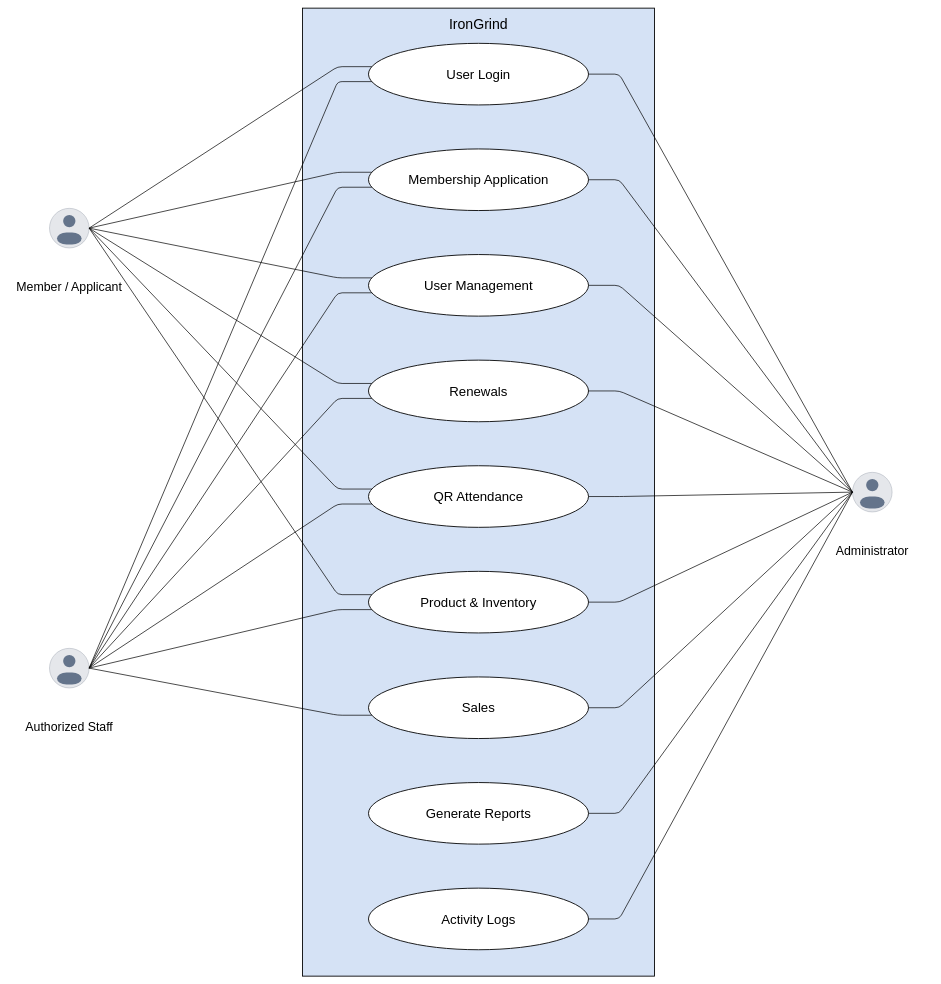
The draw.io diagram Documentations/Chapter 3 Diagrams/04-use-cases.drawio in IronGrind/irongrind.github.io, before the edit. Source tidied: cells renumbered, new cells numbered last; positions are measured from the earlier drawing's top-left corner, leaving out a move shared by most shapes. Both pictures are drawn from the tidied source at 44%, with x=0, y=0 at pixel (7, 8).
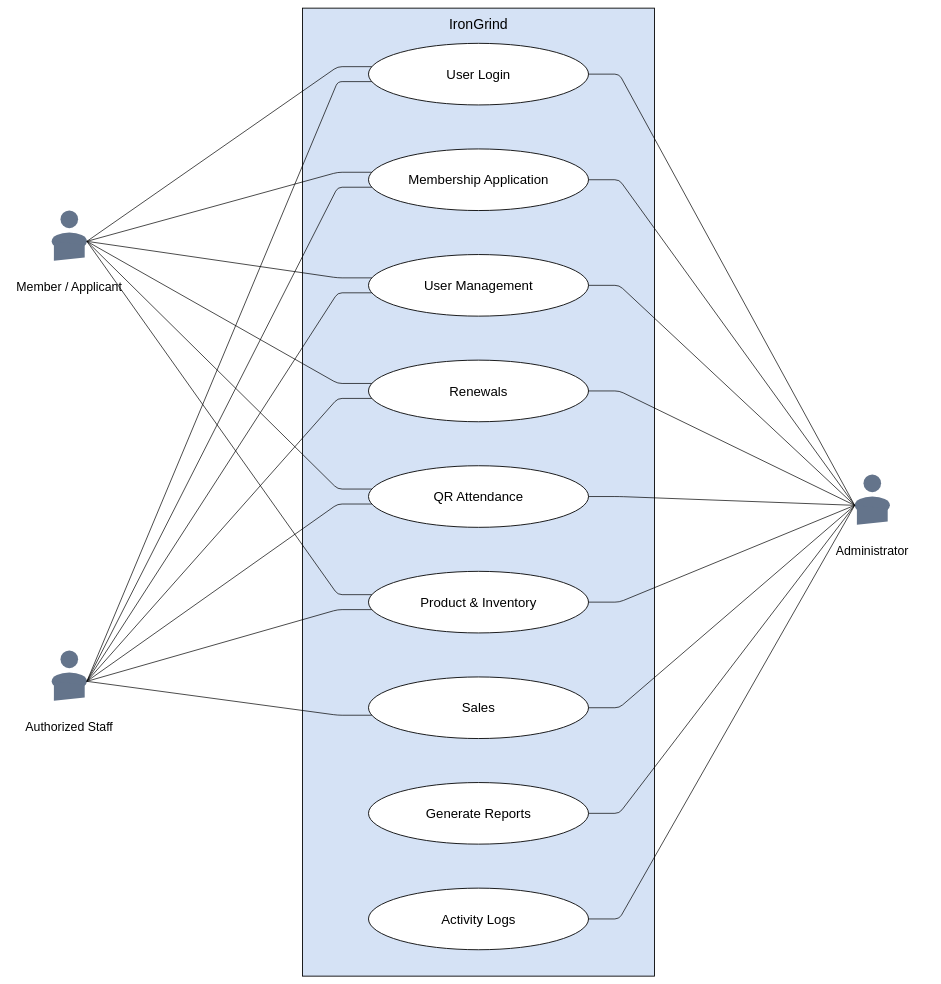
Above is the later version.

Unchanged cells that the change refers to:
```xml
<mxCell id="4" value="User Login" style="ellipse;whiteSpace=wrap;html=0;fillColor=#ffffff;strokeColor=#000000;strokeWidth=2;fontFamily=Arial;fontSize=30;" parent="1" vertex="1">
  <mxGeometry x="820" y="80" width="500" height="140" as="geometry" />
</mxCell>
<mxCell id="5" value="Membership Application" style="ellipse;whiteSpace=wrap;html=0;fillColor=#ffffff;strokeColor=#000000;strokeWidth=2;fontFamily=Arial;fontSize=30;" parent="1" vertex="1">
  <mxGeometry x="820" y="320" width="500" height="140" as="geometry" />
</mxCell>
<mxCell id="6" value="User Management" style="ellipse;whiteSpace=wrap;html=0;fillColor=#ffffff;strokeColor=#000000;strokeWidth=2;fontFamily=Arial;fontSize=30;" parent="1" vertex="1">
  <mxGeometry x="820" y="560" width="500" height="140" as="geometry" />
</mxCell>
<mxCell id="7" value="Renewals" style="ellipse;whiteSpace=wrap;html=0;fillColor=#ffffff;strokeColor=#000000;strokeWidth=2;fontFamily=Arial;fontSize=30;" parent="1" vertex="1">
  <mxGeometry x="820" y="800" width="500" height="140" as="geometry" />
</mxCell>
<mxCell id="8" value="QR Attendance" style="ellipse;whiteSpace=wrap;html=0;fillColor=#ffffff;strokeColor=#000000;strokeWidth=2;fontFamily=Arial;fontSize=30;" parent="1" vertex="1">
  <mxGeometry x="820" y="1040" width="500" height="140" as="geometry" />
</mxCell>
<mxCell id="9" value="Product &amp; Inventory" style="ellipse;whiteSpace=wrap;html=0;fillColor=#ffffff;strokeColor=#000000;strokeWidth=2;fontFamily=Arial;fontSize=30;" parent="1" vertex="1">
  <mxGeometry x="820" y="1280" width="500" height="140" as="geometry" />
</mxCell>
<mxCell id="10" value="Sales" style="ellipse;whiteSpace=wrap;html=0;fillColor=#ffffff;strokeColor=#000000;strokeWidth=2;fontFamily=Arial;fontSize=30;" parent="1" vertex="1">
  <mxGeometry x="820" y="1520" width="500" height="140" as="geometry" />
</mxCell>
<mxCell id="11" value="Generate Reports" style="ellipse;whiteSpace=wrap;html=0;fillColor=#ffffff;strokeColor=#000000;strokeWidth=2;fontFamily=Arial;fontSize=30;" parent="1" vertex="1">
  <mxGeometry x="820" y="1760" width="500" height="140" as="geometry" />
</mxCell>
<mxCell id="12" value="Activity Logs" style="ellipse;whiteSpace=wrap;html=0;fillColor=#ffffff;strokeColor=#000000;strokeWidth=2;fontFamily=Arial;fontSize=30;" parent="1" vertex="1">
  <mxGeometry x="820" y="2000" width="500" height="140" as="geometry" />
</mxCell>
<mxCell id="13" style="group;" parent="1" vertex="1">
  <mxGeometry x="95" y="430" width="90" height="160" as="geometry" />
</mxCell>
<mxCell id="24" style="group;" parent="1" vertex="1">
  <mxGeometry x="95" y="1430" width="90" height="160" as="geometry" />
</mxCell>
<mxCell id="36" style="group;" parent="1" vertex="1">
  <mxGeometry x="1920" y="1030" width="90" height="160" as="geometry" />
</mxCell>
```

The edit, as a diff of the source:
```diff
@@
-    <mxCell id="14" style="ellipse;fillColor=#e5e7eb;strokeColor=#9ca3af;strokeWidth=1;" parent="13" vertex="1">
-      <mxGeometry y="25" width="90" height="90" as="geometry" />
+    <mxCell id="14" style="ellipse;fillColor=#64748b;strokeColor=none;" parent="13" vertex="1">
+      <mxGeometry x="25" y="30" width="40" height="40" as="geometry" />
     </mxCell>
     <mxCell id="15" style="ellipse;fillColor=#64748b;strokeColor=none;" parent="13" vertex="1">
-      <mxGeometry x="31" y="40" width="28" height="28" as="geometry" />
+      <mxGeometry x="5" y="80" width="80" height="40" as="geometry" />
     </mxCell>
-    <mxCell id="16" style="rounded=1;arcSize=80;fillColor=#64748b;strokeColor=none;" parent="13" vertex="1">
-      <mxGeometry x="17" y="80" width="56" height="27" as="geometry" />
+    <mxCell id="16" style="shape=trapezoid;direction=south;size=0.17;fillColor=#64748b;strokeColor=none;" parent="13" vertex="1">
+      <mxGeometry x="10" y="100" width="70" height="44" as="geometry" />
     </mxCell>
@@
-    <mxCell id="18" style="edgeStyle=none;startArrow=none;endArrow=none;strokeColor=#000000;strokeWidth=1.6;exitX=1;exitY=0.4375;entryX=0.014968967961001226;entryY=0.37857142857142856;exitPerimeter=0;entryPerimeter=0;" parent="1" edge="1" source="13" target="4">
+    <mxCell id="18" style="edgeStyle=none;startArrow=none;endArrow=none;strokeColor=#000000;strokeWidth=1.6;exitX=0.9444444444444444;exitY=0.625;entryX=0.014968967961001226;entryY=0.37857142857142856;exitPerimeter=0;entryPerimeter=0;" parent="1" edge="1" source="13" target="4">
       <mxGeometry relative="1" as="geometry">
         <Array as="points">
           <mxPoint x="750" y="133" />
         </Array>
       </mxGeometry>
     </mxCell>
-    <mxCell id="19" style="edgeStyle=none;startArrow=none;endArrow=none;strokeColor=#000000;strokeWidth=1.6;exitX=1;exitY=0.4375;entryX=0.014968967961001226;entryY=0.37857142857142856;exitPerimeter=0;entryPerimeter=0;" parent="1" edge="1" source="13" target="5">
+    <mxCell id="19" style="edgeStyle=none;startArrow=none;endArrow=none;strokeColor=#000000;strokeWidth=1.6;exitX=0.9444444444444444;exitY=0.625;entryX=0.014968967961001226;entryY=0.37857142857142856;exitPerimeter=0;entryPerimeter=0;" parent="1" edge="1" source="13" target="5">
       <mxGeometry relative="1" as="geometry">
         <Array as="points">
           <mxPoint x="750" y="373" />
         </Array>
       </mxGeometry>
     </mxCell>
-    <mxCell id="20" style="edgeStyle=none;startArrow=none;endArrow=none;strokeColor=#000000;strokeWidth=1.6;exitX=1;exitY=0.4375;entryX=0.014968967961001226;entryY=0.37857142857142856;exitPerimeter=0;entryPerimeter=0;" parent="1" edge="1" source="13" target="6">
+    <mxCell id="20" style="edgeStyle=none;startArrow=none;endArrow=none;strokeColor=#000000;strokeWidth=1.6;exitX=0.9444444444444444;exitY=0.625;entryX=0.014968967961001226;entryY=0.37857142857142856;exitPerimeter=0;entryPerimeter=0;" parent="1" edge="1" source="13" target="6">
       <mxGeometry relative="1" as="geometry">
         <Array as="points">
           <mxPoint x="750" y="613" />
         </Array>
       </mxGeometry>
     </mxCell>
-    <mxCell id="21" style="edgeStyle=none;startArrow=none;endArrow=none;strokeColor=#000000;strokeWidth=1.6;exitX=1;exitY=0.4375;entryX=0.014968967961001226;entryY=0.37857142857142856;exitPerimeter=0;entryPerimeter=0;" parent="1" edge="1" source="13" target="7">
+    <mxCell id="21" style="edgeStyle=none;startArrow=none;endArrow=none;strokeColor=#000000;strokeWidth=1.6;exitX=0.9444444444444444;exitY=0.625;entryX=0.014968967961001226;entryY=0.37857142857142856;exitPerimeter=0;entryPerimeter=0;" parent="1" edge="1" source="13" target="7">
       <mxGeometry relative="1" as="geometry">
         <Array as="points">
           <mxPoint x="750" y="853" />
         </Array>
       </mxGeometry>
     </mxCell>
-    <mxCell id="22" style="edgeStyle=none;startArrow=none;endArrow=none;strokeColor=#000000;strokeWidth=1.6;exitX=1;exitY=0.4375;entryX=0.014968967961001226;entryY=0.37857142857142856;exitPerimeter=0;entryPerimeter=0;" parent="1" edge="1" source="13" target="8">
+    <mxCell id="22" style="edgeStyle=none;startArrow=none;endArrow=none;strokeColor=#000000;strokeWidth=1.6;exitX=0.9444444444444444;exitY=0.625;entryX=0.014968967961001226;entryY=0.37857142857142856;exitPerimeter=0;entryPerimeter=0;" parent="1" edge="1" source="13" target="8">
       <mxGeometry relative="1" as="geometry">
         <Array as="points">
           <mxPoint x="750" y="1093" />
         </Array>
       </mxGeometry>
     </mxCell>
-    <mxCell id="23" style="edgeStyle=none;startArrow=none;endArrow=none;strokeColor=#000000;strokeWidth=1.6;exitX=1;exitY=0.4375;entryX=0.014968967961001226;entryY=0.37857142857142856;exitPerimeter=0;entryPerimeter=0;" parent="1" edge="1" source="13" target="9">
+    <mxCell id="23" style="edgeStyle=none;startArrow=none;endArrow=none;strokeColor=#000000;strokeWidth=1.6;exitX=0.9444444444444444;exitY=0.625;entryX=0.014968967961001226;entryY=0.37857142857142856;exitPerimeter=0;entryPerimeter=0;" parent="1" edge="1" source="13" target="9">
       <mxGeometry relative="1" as="geometry">
         <Array as="points">
           <mxPoint x="750" y="1333" />
         </Array>
       </mxGeometry>
     </mxCell>
@@
-    <mxCell id="25" style="ellipse;fillColor=#e5e7eb;strokeColor=#9ca3af;strokeWidth=1;" parent="24" vertex="1">
-      <mxGeometry y="25" width="90" height="90" as="geometry" />
+    <mxCell id="25" style="ellipse;fillColor=#64748b;strokeColor=none;" parent="24" vertex="1">
+      <mxGeometry x="25" y="30" width="40" height="40" as="geometry" />
     </mxCell>
     <mxCell id="26" style="ellipse;fillColor=#64748b;strokeColor=none;" parent="24" vertex="1">
-      <mxGeometry x="31" y="40" width="28" height="28" as="geometry" />
+      <mxGeometry x="5" y="80" width="80" height="40" as="geometry" />
     </mxCell>
-    <mxCell id="27" style="rounded=1;arcSize=80;fillColor=#64748b;strokeColor=none;" parent="24" vertex="1">
-      <mxGeometry x="17" y="80" width="56" height="27" as="geometry" />
+    <mxCell id="27" style="shape=trapezoid;direction=south;size=0.17;fillColor=#64748b;strokeColor=none;" parent="24" vertex="1">
+      <mxGeometry x="10" y="100" width="70" height="44" as="geometry" />
     </mxCell>
@@
-    <mxCell id="29" style="edgeStyle=none;startArrow=none;endArrow=none;strokeColor=#000000;strokeWidth=1.6;exitX=1;exitY=0.4375;entryX=0.014968967961001226;entryY=0.6214285714285714;exitPerimeter=0;entryPerimeter=0;" parent="1" edge="1" source="24" target="4">
+    <mxCell id="29" style="edgeStyle=none;startArrow=none;endArrow=none;strokeColor=#000000;strokeWidth=1.6;exitX=0.9444444444444444;exitY=0.625;entryX=0.014968967961001226;entryY=0.6214285714285714;exitPerimeter=0;entryPerimeter=0;" parent="1" edge="1" source="24" target="4">
       <mxGeometry relative="1" as="geometry">
         <Array as="points">
           <mxPoint x="750" y="167" />
         </Array>
       </mxGeometry>
     </mxCell>
-    <mxCell id="30" style="edgeStyle=none;startArrow=none;endArrow=none;strokeColor=#000000;strokeWidth=1.6;exitX=1;exitY=0.4375;entryX=0.014968967961001226;entryY=0.6214285714285714;exitPerimeter=0;entryPerimeter=0;" parent="1" edge="1" source="24" target="5">
+    <mxCell id="30" style="edgeStyle=none;startArrow=none;endArrow=none;strokeColor=#000000;strokeWidth=1.6;exitX=0.9444444444444444;exitY=0.625;entryX=0.014968967961001226;entryY=0.6214285714285714;exitPerimeter=0;entryPerimeter=0;" parent="1" edge="1" source="24" target="5">
       <mxGeometry relative="1" as="geometry">
         <Array as="points">
           <mxPoint x="750" y="407" />
         </Array>
       </mxGeometry>
     </mxCell>
-    <mxCell id="31" style="edgeStyle=none;startArrow=none;endArrow=none;strokeColor=#000000;strokeWidth=1.6;exitX=1;exitY=0.4375;entryX=0.014968967961001226;entryY=0.6214285714285714;exitPerimeter=0;entryPerimeter=0;" parent="1" edge="1" source="24" target="6">
+    <mxCell id="31" style="edgeStyle=none;startArrow=none;endArrow=none;strokeColor=#000000;strokeWidth=1.6;exitX=0.9444444444444444;exitY=0.625;entryX=0.014968967961001226;entryY=0.6214285714285714;exitPerimeter=0;entryPerimeter=0;" parent="1" edge="1" source="24" target="6">
       <mxGeometry relative="1" as="geometry">
         <Array as="points">
           <mxPoint x="750" y="647" />
         </Array>
       </mxGeometry>
     </mxCell>
-    <mxCell id="32" style="edgeStyle=none;startArrow=none;endArrow=none;strokeColor=#000000;strokeWidth=1.6;exitX=1;exitY=0.4375;entryX=0.014968967961001226;entryY=0.6214285714285714;exitPerimeter=0;entryPerimeter=0;" parent="1" edge="1" source="24" target="7">
+    <mxCell id="32" style="edgeStyle=none;startArrow=none;endArrow=none;strokeColor=#000000;strokeWidth=1.6;exitX=0.9444444444444444;exitY=0.625;entryX=0.014968967961001226;entryY=0.6214285714285714;exitPerimeter=0;entryPerimeter=0;" parent="1" edge="1" source="24" target="7">
       <mxGeometry relative="1" as="geometry">
         <Array as="points">
           <mxPoint x="750" y="887" />
         </Array>
       </mxGeometry>
     </mxCell>
-    <mxCell id="33" style="edgeStyle=none;startArrow=none;endArrow=none;strokeColor=#000000;strokeWidth=1.6;exitX=1;exitY=0.4375;entryX=0.014968967961001226;entryY=0.6214285714285714;exitPerimeter=0;entryPerimeter=0;" parent="1" edge="1" source="24" target="8">
+    <mxCell id="33" style="edgeStyle=none;startArrow=none;endArrow=none;strokeColor=#000000;strokeWidth=1.6;exitX=0.9444444444444444;exitY=0.625;entryX=0.014968967961001226;entryY=0.6214285714285714;exitPerimeter=0;entryPerimeter=0;" parent="1" edge="1" source="24" target="8">
       <mxGeometry relative="1" as="geometry">
         <Array as="points">
           <mxPoint x="750" y="1127" />
         </Array>
       </mxGeometry>
     </mxCell>
-    <mxCell id="34" style="edgeStyle=none;startArrow=none;endArrow=none;strokeColor=#000000;strokeWidth=1.6;exitX=1;exitY=0.4375;entryX=0.014968967961001226;entryY=0.6214285714285714;exitPerimeter=0;entryPerimeter=0;" parent="1" edge="1" source="24" target="9">
+    <mxCell id="34" style="edgeStyle=none;startArrow=none;endArrow=none;strokeColor=#000000;strokeWidth=1.6;exitX=0.9444444444444444;exitY=0.625;entryX=0.014968967961001226;entryY=0.6214285714285714;exitPerimeter=0;entryPerimeter=0;" parent="1" edge="1" source="24" target="9">
       <mxGeometry relative="1" as="geometry">
         <Array as="points">
           <mxPoint x="750" y="1367" />
         </Array>
       </mxGeometry>
     </mxCell>
-    <mxCell id="35" style="edgeStyle=none;startArrow=none;endArrow=none;strokeColor=#000000;strokeWidth=1.6;exitX=1;exitY=0.4375;entryX=0.014968967961001226;entryY=0.6214285714285714;exitPerimeter=0;entryPerimeter=0;" parent="1" edge="1" source="24" target="10">
+    <mxCell id="35" style="edgeStyle=none;startArrow=none;endArrow=none;strokeColor=#000000;strokeWidth=1.6;exitX=0.9444444444444444;exitY=0.625;entryX=0.014968967961001226;entryY=0.6214285714285714;exitPerimeter=0;entryPerimeter=0;" parent="1" edge="1" source="24" target="10">
       <mxGeometry relative="1" as="geometry">
         <Array as="points">
           <mxPoint x="750" y="1607" />
         </Array>
       </mxGeometry>
     </mxCell>
@@
-    <mxCell id="37" style="ellipse;fillColor=#e5e7eb;strokeColor=#9ca3af;strokeWidth=1;" parent="36" vertex="1">
-      <mxGeometry y="25" width="90" height="90" as="geometry" />
+    <mxCell id="37" style="ellipse;fillColor=#64748b;strokeColor=none;" parent="36" vertex="1">
+      <mxGeometry x="25" y="30" width="40" height="40" as="geometry" />
     </mxCell>
     <mxCell id="38" style="ellipse;fillColor=#64748b;strokeColor=none;" parent="36" vertex="1">
-      <mxGeometry x="31" y="40" width="28" height="28" as="geometry" />
+      <mxGeometry x="5" y="80" width="80" height="40" as="geometry" />
     </mxCell>
-    <mxCell id="39" style="rounded=1;arcSize=80;fillColor=#64748b;strokeColor=none;" parent="36" vertex="1">
-      <mxGeometry x="17" y="80" width="56" height="27" as="geometry" />
+    <mxCell id="39" style="shape=trapezoid;direction=south;size=0.17;fillColor=#64748b;strokeColor=none;" parent="36" vertex="1">
+      <mxGeometry x="10" y="100" width="70" height="44" as="geometry" />
     </mxCell>
@@
-    <mxCell id="41" style="edgeStyle=none;startArrow=none;endArrow=none;strokeColor=#000000;strokeWidth=1.6;exitX=0;exitY=0.4375;entryX=1;entryY=0.5;exitPerimeter=0;entryPerimeter=0;" parent="1" edge="1" source="36" target="4">
+    <mxCell id="41" style="edgeStyle=none;startArrow=none;endArrow=none;strokeColor=#000000;strokeWidth=1.6;exitX=0.05555555555555555;exitY=0.625;entryX=1;entryY=0.5;exitPerimeter=0;entryPerimeter=0;" parent="1" edge="1" source="36" target="4">
       <mxGeometry relative="1" as="geometry">
         <Array as="points">
           <mxPoint x="1390" y="150" />
         </Array>
       </mxGeometry>
     </mxCell>
-    <mxCell id="42" style="edgeStyle=none;startArrow=none;endArrow=none;strokeColor=#000000;strokeWidth=1.6;exitX=0;exitY=0.4375;entryX=1;entryY=0.5;exitPerimeter=0;entryPerimeter=0;" parent="1" edge="1" source="36" target="5">
+    <mxCell id="42" style="edgeStyle=none;startArrow=none;endArrow=none;strokeColor=#000000;strokeWidth=1.6;exitX=0.05555555555555555;exitY=0.625;entryX=1;entryY=0.5;exitPerimeter=0;entryPerimeter=0;" parent="1" edge="1" source="36" target="5">
       <mxGeometry relative="1" as="geometry">
         <Array as="points">
           <mxPoint x="1390" y="390" />
         </Array>
       </mxGeometry>
     </mxCell>
-    <mxCell id="43" style="edgeStyle=none;startArrow=none;endArrow=none;strokeColor=#000000;strokeWidth=1.6;exitX=0;exitY=0.4375;entryX=1;entryY=0.5;exitPerimeter=0;entryPerimeter=0;" parent="1" edge="1" source="36" target="6">
+    <mxCell id="43" style="edgeStyle=none;startArrow=none;endArrow=none;strokeColor=#000000;strokeWidth=1.6;exitX=0.05555555555555555;exitY=0.625;entryX=1;entryY=0.5;exitPerimeter=0;entryPerimeter=0;" parent="1" edge="1" source="36" target="6">
       <mxGeometry relative="1" as="geometry">
         <Array as="points">
           <mxPoint x="1390" y="630" />
         </Array>
       </mxGeometry>
     </mxCell>
-    <mxCell id="44" style="edgeStyle=none;startArrow=none;endArrow=none;strokeColor=#000000;strokeWidth=1.6;exitX=0;exitY=0.4375;entryX=1;entryY=0.5;exitPerimeter=0;entryPerimeter=0;" parent="1" edge="1" source="36" target="7">
+    <mxCell id="44" style="edgeStyle=none;startArrow=none;endArrow=none;strokeColor=#000000;strokeWidth=1.6;exitX=0.05555555555555555;exitY=0.625;entryX=1;entryY=0.5;exitPerimeter=0;entryPerimeter=0;" parent="1" edge="1" source="36" target="7">
       <mxGeometry relative="1" as="geometry">
         <Array as="points">
           <mxPoint x="1390" y="870" />
         </Array>
       </mxGeometry>
     </mxCell>
-    <mxCell id="45" style="edgeStyle=none;startArrow=none;endArrow=none;strokeColor=#000000;strokeWidth=1.6;exitX=0;exitY=0.4375;entryX=1;entryY=0.5;exitPerimeter=0;entryPerimeter=0;" parent="1" edge="1" source="36" target="8">
+    <mxCell id="45" style="edgeStyle=none;startArrow=none;endArrow=none;strokeColor=#000000;strokeWidth=1.6;exitX=0.05555555555555555;exitY=0.625;entryX=1;entryY=0.5;exitPerimeter=0;entryPerimeter=0;" parent="1" edge="1" source="36" target="8">
       <mxGeometry relative="1" as="geometry">
         <Array as="points">
           <mxPoint x="1390" y="1110" />
         </Array>
       </mxGeometry>
     </mxCell>
-    <mxCell id="46" style="edgeStyle=none;startArrow=none;endArrow=none;strokeColor=#000000;strokeWidth=1.6;exitX=0;exitY=0.4375;entryX=1;entryY=0.5;exitPerimeter=0;entryPerimeter=0;" parent="1" edge="1" source="36" target="9">
+    <mxCell id="46" style="edgeStyle=none;startArrow=none;endArrow=none;strokeColor=#000000;strokeWidth=1.6;exitX=0.05555555555555555;exitY=0.625;entryX=1;entryY=0.5;exitPerimeter=0;entryPerimeter=0;" parent="1" edge="1" source="36" target="9">
       <mxGeometry relative="1" as="geometry">
         <Array as="points">
           <mxPoint x="1390" y="1350" />
         </Array>
       </mxGeometry>
     </mxCell>
-    <mxCell id="47" style="edgeStyle=none;startArrow=none;endArrow=none;strokeColor=#000000;strokeWidth=1.6;exitX=0;exitY=0.4375;entryX=1;entryY=0.5;exitPerimeter=0;entryPerimeter=0;" parent="1" edge="1" source="36" target="10">
+    <mxCell id="47" style="edgeStyle=none;startArrow=none;endArrow=none;strokeColor=#000000;strokeWidth=1.6;exitX=0.05555555555555555;exitY=0.625;entryX=1;entryY=0.5;exitPerimeter=0;entryPerimeter=0;" parent="1" edge="1" source="36" target="10">
       <mxGeometry relative="1" as="geometry">
         <Array as="points">
           <mxPoint x="1390" y="1590" />
         </Array>
       </mxGeometry>
     </mxCell>
-    <mxCell id="48" style="edgeStyle=none;startArrow=none;endArrow=none;strokeColor=#000000;strokeWidth=1.6;exitX=0;exitY=0.4375;entryX=1;entryY=0.5;exitPerimeter=0;entryPerimeter=0;" parent="1" edge="1" source="36" target="11">
+    <mxCell id="48" style="edgeStyle=none;startArrow=none;endArrow=none;strokeColor=#000000;strokeWidth=1.6;exitX=0.05555555555555555;exitY=0.625;entryX=1;entryY=0.5;exitPerimeter=0;entryPerimeter=0;" parent="1" edge="1" source="36" target="11">
       <mxGeometry relative="1" as="geometry">
         <Array as="points">
           <mxPoint x="1390" y="1830" />
         </Array>
       </mxGeometry>
     </mxCell>
-    <mxCell id="49" style="edgeStyle=none;startArrow=none;endArrow=none;strokeColor=#000000;strokeWidth=1.6;exitX=0;exitY=0.4375;entryX=1;entryY=0.5;exitPerimeter=0;entryPerimeter=0;" parent="1" edge="1" source="36" target="12">
+    <mxCell id="49" style="edgeStyle=none;startArrow=none;endArrow=none;strokeColor=#000000;strokeWidth=1.6;exitX=0.05555555555555555;exitY=0.625;entryX=1;entryY=0.5;exitPerimeter=0;entryPerimeter=0;" parent="1" edge="1" source="36" target="12">
       <mxGeometry relative="1" as="geometry">
         <Array as="points">
           <mxPoint x="1390" y="2070" />
         </Array>
       </mxGeometry>
     </mxCell>
```
